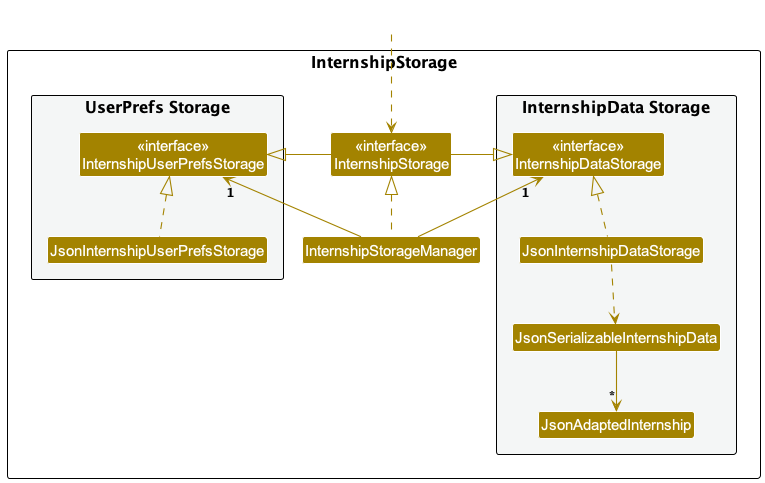
theman-oj10/CareerSync keeps this PlantUML diagram as docs/images/InternshipStorageClassDiagram.png. Above is the earlier version.
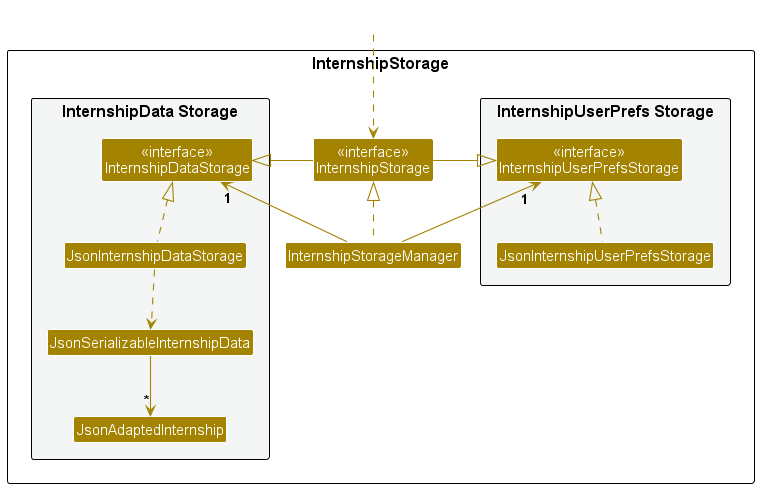
The same file after the commit.

Commit message:
Change based on comments

Diff of the diagram source:
```diff
@@ -6,7 +6,7 @@
 
 package InternshipStorage as StoragePackage {
 
-package "UserPrefs Storage" #F4F6F6{
+package "InternshipUserPrefs Storage" #F4F6F6{
 Class "<<interface>>\nInternshipUserPrefsStorage" as InternshipUserPrefsStorage
 Class JsonInternshipUserPrefsStorage
 }
```
